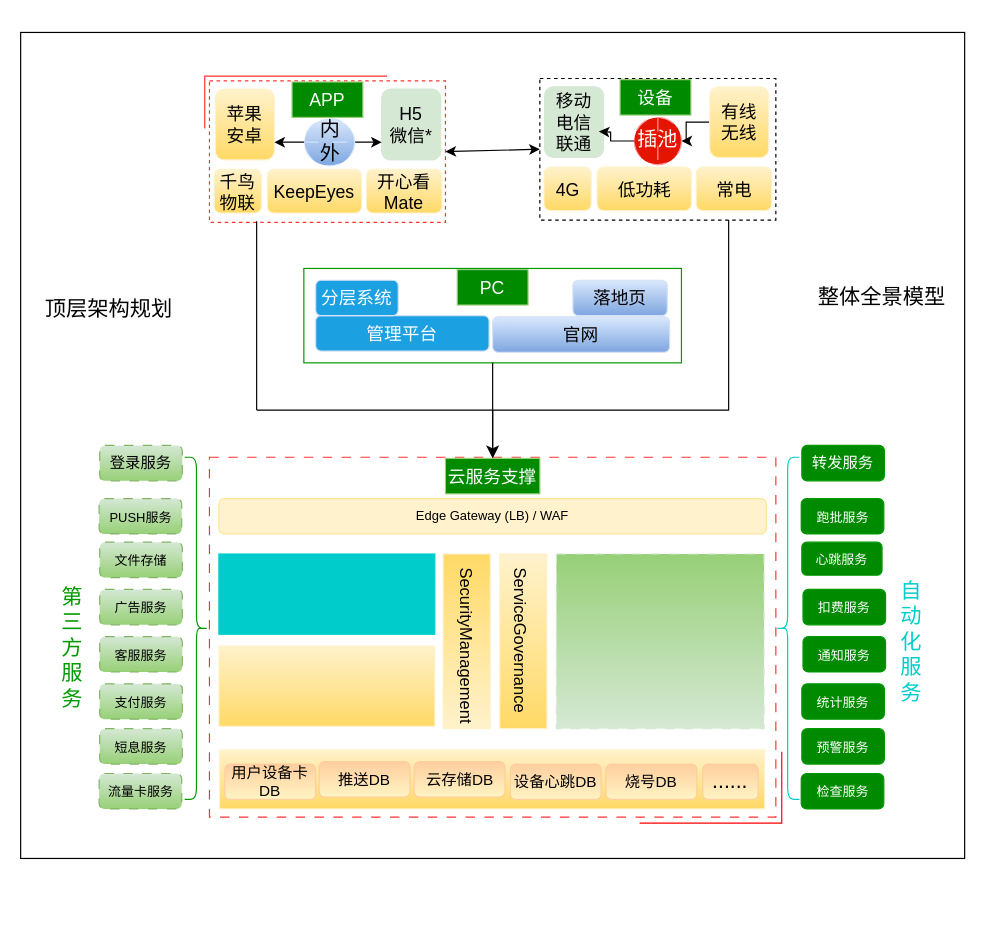
Above: cloudbirds/整体全景模型.drawio in luoyongshun/framework (draw.io), before the change. Source tidied: cells renumbered, new cells numbered last; positions are measured from the earlier drawing's top-left corner, leaving out a move shared by most shapes. Both pictures are drawn from the tidied source at 118%, with x=0, y=0 at pixel (20, 32).
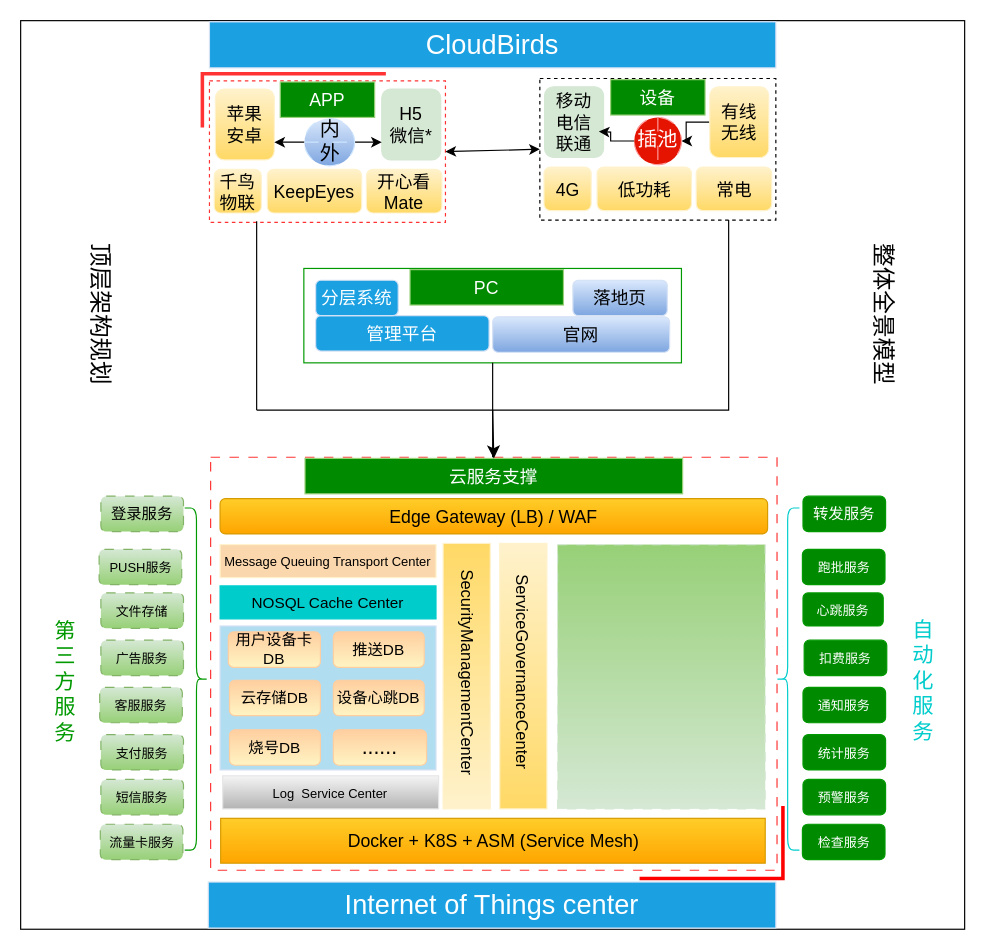
The same diagram, later.

Commit message (it also covers changes not shown here):
更新整体全景模型.drawio

What changed in the source:
```diff
@@
     <mxCell id="2" style="rounded=0;whiteSpace=wrap;html=1;fontSize=13;" parent="1" vertex="1">
-      <mxGeometry width="800" height="700" as="geometry" />
+      <mxGeometry y="-10" width="800" height="770" as="geometry" />
     </mxCell>
@@
     <mxCell id="6" style="rounded=0;whiteSpace=wrap;html=1;fontSize=15;strokeColor=#FF3333;dashed=1;dashPattern=8 8;" parent="1" vertex="1">
-      <mxGeometry x="160" y="360" width="480" height="305" as="geometry" />
+      <mxGeometry x="161" y="360" width="480" height="350" as="geometry" />
     </mxCell>
     <mxCell id="7" value="APP" style="text;html=1;align=center;verticalAlign=middle;whiteSpace=wrap;rounded=0;fontSize=15;fillColor=#008a00;fontColor=#ffffff;strokeColor=#97D077;" parent="1" vertex="1">
-      <mxGeometry x="230" y="42" width="60" height="30" as="geometry" />
+      <mxGeometry x="220" y="42" width="80" height="30" as="geometry" />
     </mxCell>
     <mxCell id="8" value="设备" style="text;html=1;align=center;verticalAlign=middle;whiteSpace=wrap;rounded=0;fontSize=15;fillColor=#008a00;fontColor=#ffffff;strokeColor=#97D077;" parent="1" vertex="1">
-      <mxGeometry x="508" y="40" width="60" height="30" as="geometry" />
+      <mxGeometry x="500" y="40" width="80" height="30" as="geometry" />
     </mxCell>
     <mxCell id="9" value="PC" style="text;html=1;align=center;verticalAlign=middle;whiteSpace=wrap;rounded=0;fontSize=15;fillColor=#008a00;fontColor=#ffffff;strokeColor=#97D077;" parent="1" vertex="1">
-      <mxGeometry x="370" y="201" width="60" height="30" as="geometry" />
+      <mxGeometry x="330" y="201" width="130" height="30" as="geometry" />
     </mxCell>
     <mxCell id="10" value="云服务支撑" style="text;html=1;align=center;verticalAlign=middle;whiteSpace=wrap;rounded=0;fontSize=15;fillColor=#008a00;fontColor=#ffffff;strokeColor=#97D077;" parent="1" vertex="1">
-      <mxGeometry x="360" y="361" width="80" height="30" as="geometry" />
+      <mxGeometry x="241" y="361" width="320" height="30" as="geometry" />
     </mxCell>
@@
-    <mxCell id="15" style="shape=partialRectangle;whiteSpace=wrap;html=1;bottom=0;right=0;fillColor=none;fontSize=15;strokeColor=#FF3333;" parent="1" vertex="1">
-      <mxGeometry x="156" y="37" width="154" height="44" as="geometry" />
+    <mxCell id="15" style="shape=partialRectangle;whiteSpace=wrap;html=1;bottom=0;right=0;fillColor=none;fontSize=15;strokeColor=#FF3333;strokeWidth=3;" parent="1" vertex="1">
+      <mxGeometry x="154" y="35" width="154" height="44" as="geometry" />
     </mxCell>
@@
-    <mxCell id="17" style="shape=partialRectangle;whiteSpace=wrap;html=1;top=0;left=0;fillColor=none;fontSize=15;strokeColor=#FF0000;" parent="1" vertex="1">
-      <mxGeometry x="525" y="610" width="120" height="60" as="geometry" />
+    <mxCell id="17" style="shape=partialRectangle;whiteSpace=wrap;html=1;top=0;left=0;fillColor=none;fontSize=15;strokeColor=#FF0000;strokeWidth=3;" parent="1" vertex="1">
+      <mxGeometry x="526" y="657" width="120" height="60" as="geometry" />
     </mxCell>
@@
     <mxCell id="38" style="shape=curlyBracket;whiteSpace=wrap;html=1;rounded=1;flipH=1;labelPosition=right;verticalLabelPosition=middle;align=left;verticalAlign=middle;strokeColor=#009900;fontSize=17;fillColor=#FFF2CC;" parent="1" vertex="1">
-      <mxGeometry x="139" y="360" width="20" height="290" as="geometry" />
+      <mxGeometry x="139" y="403" width="20" height="290" as="geometry" />
     </mxCell>
     <mxCell id="39" value="&lt;font style=&quot;font-size: 13px;&quot;&gt;登录服务&lt;/font&gt;" style="rounded=1;whiteSpace=wrap;html=1;strokeColor=#82b366;fontSize=17;fillColor=#d5e8d4;gradientColor=#97d077;dashed=1;dashPattern=8 8;" parent="1" vertex="1">
-      <mxGeometry x="67" y="350" width="70" height="30" as="geometry" />
+      <mxGeometry x="68" y="393" width="70" height="30" as="geometry" />
     </mxCell>
     <mxCell id="40" value="&lt;font style=&quot;font-size: 11px;&quot;&gt;PUSH服务&lt;/font&gt;" style="rounded=1;whiteSpace=wrap;html=1;strokeColor=#82b366;fontSize=17;fillColor=#d5e8d4;gradientColor=#97d077;dashed=1;dashPattern=8 8;" parent="1" vertex="1">
-      <mxGeometry x="66.5" y="395" width="70" height="30" as="geometry" />
+      <mxGeometry x="66.5" y="438" width="70" height="30" as="geometry" />
     </mxCell>
     <mxCell id="41" value="&lt;font style=&quot;font-size: 11px;&quot;&gt;文件存储&lt;/font&gt;" style="rounded=1;whiteSpace=wrap;html=1;strokeColor=#82b366;fontSize=17;fillColor=#d5e8d4;gradientColor=#97d077;dashed=1;dashPattern=8 8;" parent="1" vertex="1">
-      <mxGeometry x="67" y="432" width="70" height="30" as="geometry" />
+      <mxGeometry x="68" y="475" width="70" height="30" as="geometry" />
     </mxCell>
     <mxCell id="42" value="&lt;span style=&quot;font-size: 11px;&quot;&gt;广告服务&lt;/span&gt;" style="rounded=1;whiteSpace=wrap;html=1;strokeColor=#82b366;fontSize=17;fillColor=#d5e8d4;gradientColor=#97d077;dashed=1;dashPattern=8 8;" parent="1" vertex="1">
-      <mxGeometry x="67" y="472" width="70" height="30" as="geometry" />
+      <mxGeometry x="68" y="515" width="70" height="30" as="geometry" />
     </mxCell>
     <mxCell id="43" value="&lt;span style=&quot;font-size: 11px;&quot;&gt;客服服务&lt;/span&gt;" style="rounded=1;whiteSpace=wrap;html=1;strokeColor=#82b366;fontSize=17;fillColor=#d5e8d4;gradientColor=#97d077;dashed=1;dashPattern=8 8;" parent="1" vertex="1">
-      <mxGeometry x="67" y="512" width="70" height="30" as="geometry" />
+      <mxGeometry x="67" y="555" width="70" height="30" as="geometry" />
     </mxCell>
     <mxCell id="44" value="&lt;span style=&quot;font-size: 11px;&quot;&gt;支付服务&lt;/span&gt;" style="rounded=1;whiteSpace=wrap;html=1;strokeColor=#82b366;fontSize=17;fillColor=#d5e8d4;gradientColor=#97d077;dashed=1;dashPattern=8 8;" parent="1" vertex="1">
-      <mxGeometry x="67" y="552" width="70" height="30" as="geometry" />
+      <mxGeometry x="68" y="595" width="70" height="30" as="geometry" />
     </mxCell>
-    <mxCell id="45" value="&lt;span style=&quot;font-size: 11px;&quot;&gt;短息服务&lt;/span&gt;" style="rounded=1;whiteSpace=wrap;html=1;strokeColor=#82b366;fontSize=17;fillColor=#d5e8d4;gradientColor=#97d077;dashed=1;dashPattern=8 8;" parent="1" vertex="1">
-      <mxGeometry x="67" y="590" width="70" height="30" as="geometry" />
+    <mxCell id="45" value="&lt;span style=&quot;font-size: 11px;&quot;&gt;短信服务&lt;/span&gt;" style="rounded=1;whiteSpace=wrap;html=1;strokeColor=#82b366;fontSize=17;fillColor=#d5e8d4;gradientColor=#97d077;dashed=1;dashPattern=8 8;" parent="1" vertex="1">
+      <mxGeometry x="68" y="633" width="70" height="30" as="geometry" />
     </mxCell>
     <mxCell id="46" value="&lt;font color=&quot;#009900&quot; style=&quot;font-size: 18px;&quot;&gt;第&lt;br&gt;三&lt;br&gt;方&lt;br&gt;服&lt;br&gt;务&lt;/font&gt;" style="text;html=1;strokeColor=none;fillColor=none;align=center;verticalAlign=middle;whiteSpace=wrap;rounded=0;fontSize=11;" parent="1" vertex="1">
-      <mxGeometry x="14" y="507" width="60" height="30" as="geometry" />
+      <mxGeometry x="8" y="536" width="60" height="30" as="geometry" />
     </mxCell>
     <mxCell id="47" value="&lt;span style=&quot;font-size: 11px;&quot;&gt;流量卡服务&lt;/span&gt;" style="rounded=1;whiteSpace=wrap;html=1;strokeColor=#82b366;fontSize=17;fillColor=#d5e8d4;gradientColor=#97d077;dashed=1;dashPattern=8 8;" parent="1" vertex="1">
-      <mxGeometry x="66.5" y="628" width="70" height="30" as="geometry" />
+      <mxGeometry x="67.5" y="671" width="70" height="30" as="geometry" />
     </mxCell>
     <mxCell id="48" value="&lt;font style=&quot;font-size: 13px;&quot;&gt;转发服务&lt;/font&gt;" style="rounded=1;whiteSpace=wrap;html=1;strokeColor=#009900;fontSize=17;fillColor=#008a00;fontColor=#ffffff;" parent="1" vertex="1">
-      <mxGeometry x="662" y="350" width="70" height="30" as="geometry" />
+      <mxGeometry x="663" y="393" width="70" height="30" as="geometry" />
     </mxCell>
     <mxCell id="49" value="&lt;span style=&quot;font-size: 11px;&quot;&gt;跑批服务&lt;/span&gt;" style="rounded=1;whiteSpace=wrap;html=1;strokeColor=#009900;fontSize=17;fillColor=#008a00;fontColor=#ffffff;" parent="1" vertex="1">
-      <mxGeometry x="661.5" y="395" width="70" height="30" as="geometry" />
+      <mxGeometry x="662.5" y="438" width="70" height="30" as="geometry" />
     </mxCell>
     <mxCell id="50" value="&lt;font style=&quot;font-size: 11px;&quot;&gt;心跳服务&lt;/font&gt;" style="rounded=1;whiteSpace=wrap;html=1;strokeColor=#009900;fontSize=17;fillColor=#008a00;fontColor=#ffffff;" parent="1" vertex="1">
-      <mxGeometry x="662" y="432" width="68" height="28" as="geometry" />
+      <mxGeometry x="663" y="475" width="68" height="28" as="geometry" />
     </mxCell>
     <mxCell id="51" value="&lt;span style=&quot;font-size: 11px;&quot;&gt;扣费服务&lt;/span&gt;" style="rounded=1;whiteSpace=wrap;html=1;strokeColor=#009900;fontSize=17;fillColor=#008a00;fontColor=#ffffff;" parent="1" vertex="1">
-      <mxGeometry x="663" y="472" width="70" height="30" as="geometry" />
+      <mxGeometry x="664" y="515" width="70" height="30" as="geometry" />
     </mxCell>
     <mxCell id="52" value="&lt;span style=&quot;font-size: 11px;&quot;&gt;通知服务&lt;/span&gt;" style="rounded=1;whiteSpace=wrap;html=1;strokeColor=#009900;fontSize=17;fillColor=#008a00;fontColor=#ffffff;" parent="1" vertex="1">
-      <mxGeometry x="663" y="512" width="70" height="30" as="geometry" />
+      <mxGeometry x="663" y="555" width="70" height="30" as="geometry" />
     </mxCell>
     <mxCell id="53" value="&lt;span style=&quot;font-size: 11px;&quot;&gt;统计服务&lt;/span&gt;" style="rounded=1;whiteSpace=wrap;html=1;strokeColor=#009900;fontSize=17;fillColor=#008a00;fontColor=#ffffff;" parent="1" vertex="1">
-      <mxGeometry x="662" y="552" width="70" height="30" as="geometry" />
+      <mxGeometry x="663" y="595" width="70" height="30" as="geometry" />
     </mxCell>
     <mxCell id="54" value="&lt;span style=&quot;font-size: 11px;&quot;&gt;预警服务&lt;/span&gt;" style="rounded=1;whiteSpace=wrap;html=1;strokeColor=#009900;fontSize=17;fillColor=#008a00;fontColor=#ffffff;" parent="1" vertex="1">
-      <mxGeometry x="662" y="590" width="70" height="30" as="geometry" />
+      <mxGeometry x="663" y="633" width="70" height="30" as="geometry" />
     </mxCell>
     <mxCell id="55" value="&lt;font style=&quot;font-size: 18px;&quot;&gt;&lt;font color=&quot;#00cccc&quot;&gt;自&lt;br&gt;动&lt;br&gt;化&lt;br&gt;服&lt;br&gt;务&lt;/font&gt;&lt;br&gt;&lt;/font&gt;" style="text;html=1;strokeColor=none;fillColor=none;align=center;verticalAlign=middle;whiteSpace=wrap;rounded=0;fontSize=11;" parent="1" vertex="1">
-      <mxGeometry x="725" y="502" width="60" height="30" as="geometry" />
+      <mxGeometry x="735" y="535" width="60" height="30" as="geometry" />
     </mxCell>
     <mxCell id="56" value="&lt;span style=&quot;font-size: 11px;&quot;&gt;检查服务&lt;/span&gt;" style="rounded=1;whiteSpace=wrap;html=1;strokeColor=#009900;fontSize=17;fillColor=#008a00;fontColor=#ffffff;" parent="1" vertex="1">
-      <mxGeometry x="661.5" y="628" width="70" height="30" as="geometry" />
+      <mxGeometry x="662.5" y="671" width="70" height="30" as="geometry" />
     </mxCell>
     <mxCell id="57" style="shape=curlyBracket;whiteSpace=wrap;html=1;rounded=1;labelPosition=left;verticalLabelPosition=middle;align=right;verticalAlign=middle;strokeColor=#00CCCC;fontSize=16;fontColor=#FF3333;fillColor=#FFF2CC;" parent="1" vertex="1">
-      <mxGeometry x="640" y="360" width="20" height="290" as="geometry" />
+      <mxGeometry x="640" y="403" width="20" height="290" as="geometry" />
     </mxCell>
-    <mxCell id="58" value="Edge Gateway (LB) / WAF" style="rounded=1;whiteSpace=wrap;html=1;strokeColor=#FFE599;fontSize=11;fillColor=#FFF2CC;" parent="1" vertex="1">
-      <mxGeometry x="168" y="395" width="464" height="30" as="geometry" />
+    <mxCell id="58" value="Edge Gateway (LB) / WAF" style="rounded=1;whiteSpace=wrap;html=1;strokeColor=#d79b00;fontSize=15;fillColor=#ffcd28;gradientColor=#ffa500;" parent="1" vertex="1">
+      <mxGeometry x="169" y="395" width="464" height="30" as="geometry" />
     </mxCell>
-    <mxCell id="59" style="rounded=0;whiteSpace=wrap;html=1;strokeColor=#00CCCC;fontSize=13;fontColor=#00CCCC;fillColor=#00CCCC;" parent="1" vertex="1">
-      <mxGeometry x="168" y="442" width="183" height="68" as="geometry" />
+    <mxCell id="59" value="&lt;font style=&quot;font-size: 11px;&quot; color=&quot;#000000&quot;&gt;Message Queuing Transport Center&lt;/font&gt;" style="rounded=0;whiteSpace=wrap;html=1;strokeColor=#FFF2CC;fontSize=13;fillColor=#fad7ac;" parent="1" vertex="1">
+      <mxGeometry x="169" y="434" width="183" height="28" as="geometry" />
     </mxCell>
-    <mxCell id="60" style="rounded=0;whiteSpace=wrap;html=1;strokeColor=#FFF2CC;fontSize=13;fillColor=#fff2cc;gradientColor=#ffd966;" parent="1" vertex="1">
-      <mxGeometry x="168" y="520" width="183" height="68" as="geometry" />
+    <mxCell id="60" style="rounded=0;whiteSpace=wrap;html=1;strokeColor=#D4E1F5;fontSize=13;fillColor=#b1ddf0;" parent="1" vertex="1">
+      <mxGeometry x="169" y="503" width="183" height="122" as="geometry" />
     </mxCell>
-    <mxCell id="61" style="rounded=0;whiteSpace=wrap;html=1;strokeColor=#FFF2CC;fontSize=13;fillColor=#fff2cc;gradientColor=#ffd966;" parent="1" vertex="1">
-      <mxGeometry x="168.5" y="608" width="462" height="50" as="geometry" />
+    <mxCell id="61" value="Docker + K8S + ASM (Service Mesh)" style="rounded=0;whiteSpace=wrap;html=1;strokeColor=#d79b00;fontSize=15;fillColor=#ffcd28;gradientColor=#ffa500;" parent="1" vertex="1">
+      <mxGeometry x="169.5" y="666" width="461.5" height="38" as="geometry" />
     </mxCell>
     <mxCell id="62" style="rounded=0;whiteSpace=wrap;html=1;dashed=1;dashPattern=8 8;strokeColor=#D5E8D4;fontSize=13;fontColor=#00CCCC;fillColor=#97D077;gradientColor=#D5E8D4;" parent="1" vertex="1">
-      <mxGeometry x="454" y="442" width="176" height="148" as="geometry" />
+      <mxGeometry x="455" y="434" width="176" height="224" as="geometry" />
     </mxCell>
     <mxCell id="63" style="rounded=0;whiteSpace=wrap;html=1;strokeColor=#FFF2CC;fontSize=13;fillColor=#fff2cc;gradientColor=#ffd966;direction=west;" parent="1" vertex="1">
-      <mxGeometry x="358" y="442" width="40" height="148" as="geometry" />
+      <mxGeometry x="358" y="433" width="40" height="225" as="geometry" />
     </mxCell>
     <mxCell id="64" style="rounded=0;whiteSpace=wrap;html=1;strokeColor=#FFF2CC;fontSize=13;fillColor=#fff2cc;gradientColor=#ffd966;" parent="1" vertex="1">
-      <mxGeometry x="406" y="442" width="40" height="148" as="geometry" />
+      <mxGeometry x="406" y="433" width="40" height="225" as="geometry" />
     </mxCell>
     <mxCell id="65" value="&lt;font color=&quot;#000000&quot;&gt;用户设备卡DB&lt;/font&gt;" style="rounded=1;whiteSpace=wrap;html=1;strokeColor=#FFCE9F;fontSize=13;fontColor=#00CCCC;fillColor=#FFCE9F;gradientColor=#FFF4C3;" parent="1" vertex="1">
-      <mxGeometry x="173" y="620" width="77" height="30" as="geometry" />
+      <mxGeometry x="176" y="508" width="78" height="30" as="geometry" />
     </mxCell>
     <mxCell id="66" value="&lt;font color=&quot;#000000&quot;&gt;推送DB&lt;/font&gt;" style="rounded=1;whiteSpace=wrap;html=1;strokeColor=#FFCE9F;fontSize=13;fontColor=#00CCCC;fillColor=#FFCE9F;gradientColor=#FFF4C3;" parent="1" vertex="1">
-      <mxGeometry x="253" y="618" width="77" height="30" as="geometry" />
+      <mxGeometry x="265" y="508" width="77" height="30" as="geometry" />
     </mxCell>
     <mxCell id="67" value="&lt;font color=&quot;#000000&quot;&gt;云存储DB&lt;/font&gt;" style="rounded=1;whiteSpace=wrap;html=1;strokeColor=#FFCE9F;fontSize=13;fontColor=#00CCCC;fillColor=#FFCE9F;gradientColor=#FFF4C3;" parent="1" vertex="1">
-      <mxGeometry x="333.5" y="618" width="77" height="30" as="geometry" />
+      <mxGeometry x="177" y="549" width="77" height="30" as="geometry" />
     </mxCell>
     <mxCell id="68" value="&lt;font color=&quot;#000000&quot;&gt;设备心跳DB&lt;/font&gt;" style="rounded=1;whiteSpace=wrap;html=1;strokeColor=#FFCE9F;fontSize=13;fontColor=#00CCCC;fillColor=#FFCE9F;gradientColor=#FFF4C3;" parent="1" vertex="1">
-      <mxGeometry x="415" y="620" width="77" height="30" as="geometry" />
+      <mxGeometry x="265" y="549" width="77" height="30" as="geometry" />
     </mxCell>
     <mxCell id="69" value="&lt;font color=&quot;#000000&quot;&gt;烧号DB&lt;/font&gt;" style="rounded=1;whiteSpace=wrap;html=1;strokeColor=#FFCE9F;fontSize=13;fontColor=#00CCCC;fillColor=#FFCE9F;gradientColor=#FFF4C3;" parent="1" vertex="1">
-      <mxGeometry x="496" y="620" width="77" height="30" as="geometry" />
+      <mxGeometry x="177" y="591" width="77" height="30" as="geometry" />
     </mxCell>
-    <mxCell id="70" value="&lt;font style=&quot;font-size: 18px;&quot;&gt;顶层架构规划&lt;/font&gt;" style="text;html=1;strokeColor=none;fillColor=none;align=center;verticalAlign=middle;whiteSpace=wrap;rounded=0;fontSize=13;fontColor=#000000;" parent="1" vertex="1">
-      <mxGeometry x="20" y="220" width="110" height="30" as="geometry" />
+    <mxCell id="70" value="&lt;font style=&quot;font-size: 20px;&quot;&gt;顶层架构规划&lt;/font&gt;" style="text;html=1;strokeColor=none;fillColor=none;align=center;verticalAlign=middle;whiteSpace=wrap;rounded=0;fontSize=20;fontColor=#000000;rotation=90;" parent="1" vertex="1">
+      <mxGeometry x="-43" y="224" width="224" height="30" as="geometry" />
     </mxCell>
-    <mxCell id="71" value="&lt;font style=&quot;font-size: 18px;&quot;&gt;整体全景模型&lt;/font&gt;" style="text;html=1;strokeColor=none;fillColor=none;align=center;verticalAlign=middle;whiteSpace=wrap;rounded=0;fontSize=13;fontColor=#000000;" parent="1" vertex="1">
-      <mxGeometry x="675" y="210" width="110" height="30" as="geometry" />
+    <mxCell id="71" value="&lt;font style=&quot;font-size: 20px;&quot;&gt;整体全景模型&lt;/font&gt;" style="text;html=1;strokeColor=none;fillColor=none;align=center;verticalAlign=middle;whiteSpace=wrap;rounded=0;fontSize=20;fontColor=#000000;rotation=90;" parent="1" vertex="1">
+      <mxGeometry x="630" y="224" width="205" height="30" as="geometry" />
     </mxCell>
-    <mxCell id="72" value="&lt;font style=&quot;font-size: 14px;&quot;&gt;SecurityManagement&lt;/font&gt;" style="text;html=1;strokeColor=none;fillColor=none;align=center;verticalAlign=middle;whiteSpace=wrap;rounded=0;fontSize=18;fontColor=#000000;rotation=90;" parent="1" vertex="1">
-      <mxGeometry x="302" y="505" width="154" height="30" as="geometry" />
+    <mxCell id="72" value="&lt;font style=&quot;font-size: 14px;&quot;&gt;SecurityManagementCenter&lt;br&gt;&lt;br&gt;&lt;/font&gt;" style="text;html=1;strokeColor=none;fillColor=none;align=center;verticalAlign=middle;whiteSpace=wrap;rounded=0;fontSize=18;fontColor=#000000;rotation=90;" parent="1" vertex="1">
+      <mxGeometry x="291" y="527.7" width="156" height="30" as="geometry" />
     </mxCell>
-    <mxCell id="73" value="&lt;font style=&quot;font-size: 14px;&quot;&gt;ServiceGovernance&lt;/font&gt;" style="text;html=1;strokeColor=none;fillColor=none;align=center;verticalAlign=middle;whiteSpace=wrap;rounded=0;fontSize=18;fontColor=#000000;rotation=90;" parent="1" vertex="1">
-      <mxGeometry x="353" y="500.5" width="144" height="30" as="geometry" />
+    <mxCell id="73" value="&lt;font style=&quot;font-size: 14px;&quot;&gt;ServiceGovernanceCenter&lt;/font&gt;" style="text;html=1;strokeColor=none;fillColor=none;align=center;verticalAlign=middle;whiteSpace=wrap;rounded=0;fontSize=18;fontColor=#000000;rotation=90;" parent="1" vertex="1">
+      <mxGeometry x="352.3" y="527.7" width="149.4" height="30" as="geometry" />
     </mxCell>
     <mxCell id="74" value="&lt;font style=&quot;font-size: 18px;&quot; color=&quot;#000000&quot;&gt;......&lt;/font&gt;" style="rounded=1;whiteSpace=wrap;html=1;strokeColor=#FFCE9F;fontSize=13;fontColor=#00CCCC;fillColor=#FFCE9F;gradientColor=#FFF4C3;" parent="1" vertex="1">
-      <mxGeometry x="578" y="620" width="47" height="30" as="geometry" />
+      <mxGeometry x="265" y="591" width="79" height="30" as="geometry" />
     </mxCell>
+    <mxCell id="75" value="&lt;font color=&quot;#000000&quot;&gt;NOSQL Cache Center&lt;/font&gt;" style="rounded=0;whiteSpace=wrap;html=1;strokeColor=#00CCCC;fontSize=13;fontColor=#00CCCC;fillColor=#00CCCC;" parent="1" vertex="1">
+      <mxGeometry x="169" y="469" width="183" height="28" as="geometry" />
+    </mxCell>
+    <mxCell id="76" value="&lt;font style=&quot;font-size: 11px;&quot; color=&quot;#000000&quot;&gt;Log&amp;nbsp; Service Center&lt;/font&gt;" style="rounded=0;whiteSpace=wrap;html=1;strokeColor=#E6E6E6;fontSize=13;fillColor=#f5f5f5;gradientColor=#b3b3b3;" parent="1" vertex="1">
+      <mxGeometry x="171.2" y="630" width="183" height="28" as="geometry" />
+    </mxCell>
+    <mxCell id="77" value="CloudBirds" style="text;html=1;align=center;verticalAlign=middle;whiteSpace=wrap;rounded=0;fontSize=23;fillColor=#1ba1e2;fontColor=#ffffff;strokeColor=#D4E1F5;" parent="1" vertex="1">
+      <mxGeometry x="160" y="-9" width="480" height="39" as="geometry" />
+    </mxCell>
+    <mxCell id="78" value="Internet of Things center" style="text;html=1;align=center;verticalAlign=middle;whiteSpace=wrap;rounded=0;fontSize=23;fillColor=#1ba1e2;fontColor=#ffffff;strokeColor=#D4E1F5;" parent="1" vertex="1">
+      <mxGeometry x="159" y="720" width="481" height="39" as="geometry" />
+    </mxCell>
```
